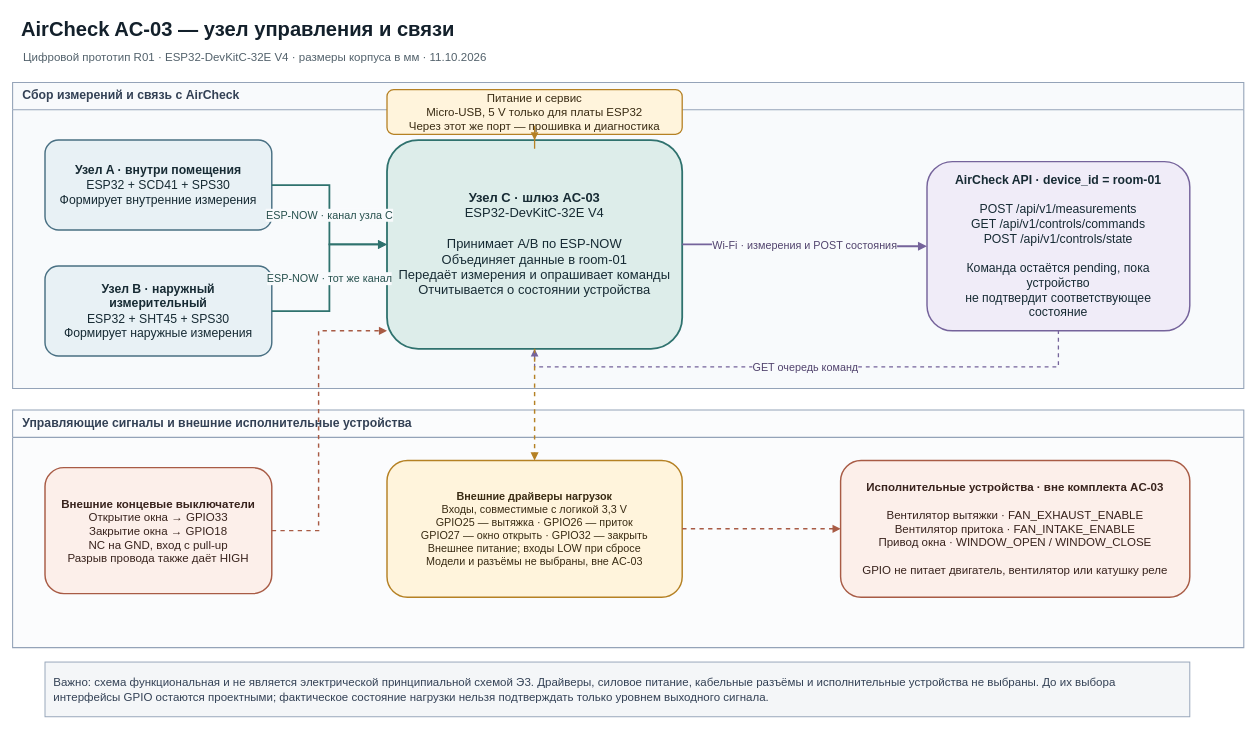
The draw.io diagram outputs/итоговый-комплект-aircheck-2026-10-11/AC-03-управление-и-связь/documentation/AC-03-connections.drawio in Garun-mp4/air_check_system, before the edit. Source tidied: cells renumbered, new cells numbered last; positions are measured from the earlier drawing's top-left corner, leaving out a move shared by most shapes. Both pictures are drawn from the tidied source at 72%, with x=0, y=0 at pixel (12, 12).
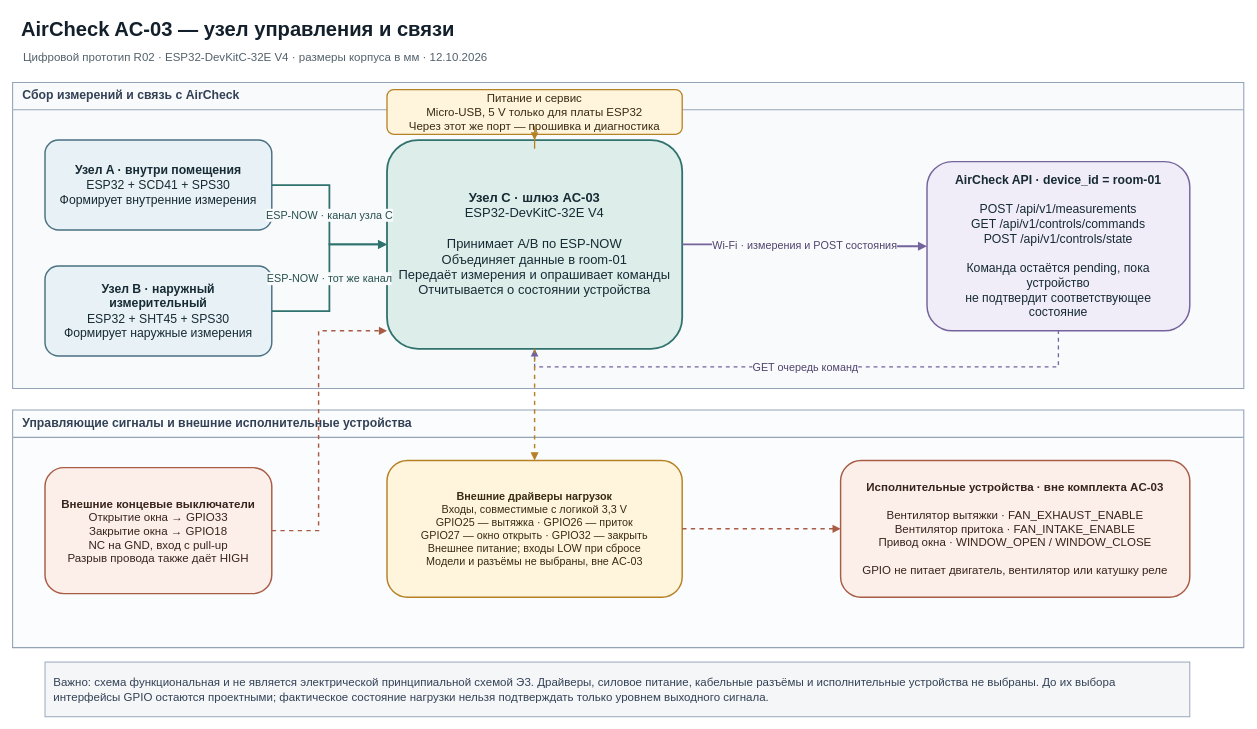
The same diagram, later.

The edit, as a diff of the source:
```diff
@@
-    <mxCell id="3" value="Цифровой прототип R01 · ESP32-DevKitC-32E V4 · размеры корпуса в мм · 11.10.2026" style="text;html=1;align=left;verticalAlign=middle;fontSize=16;fontColor=#52616B;whiteSpace=wrap;" parent="1" vertex="1">
+    <mxCell id="3" value="Цифровой прототип R02 · ESP32-DevKitC-32E V4 · размеры корпуса в мм · 12.10.2026" style="text;html=1;align=left;verticalAlign=middle;fontSize=16;fontColor=#52616B;whiteSpace=wrap;" parent="1" vertex="1">
       <mxGeometry x="13" y="47" width="1350" height="30" as="geometry" />
     </mxCell>
```
